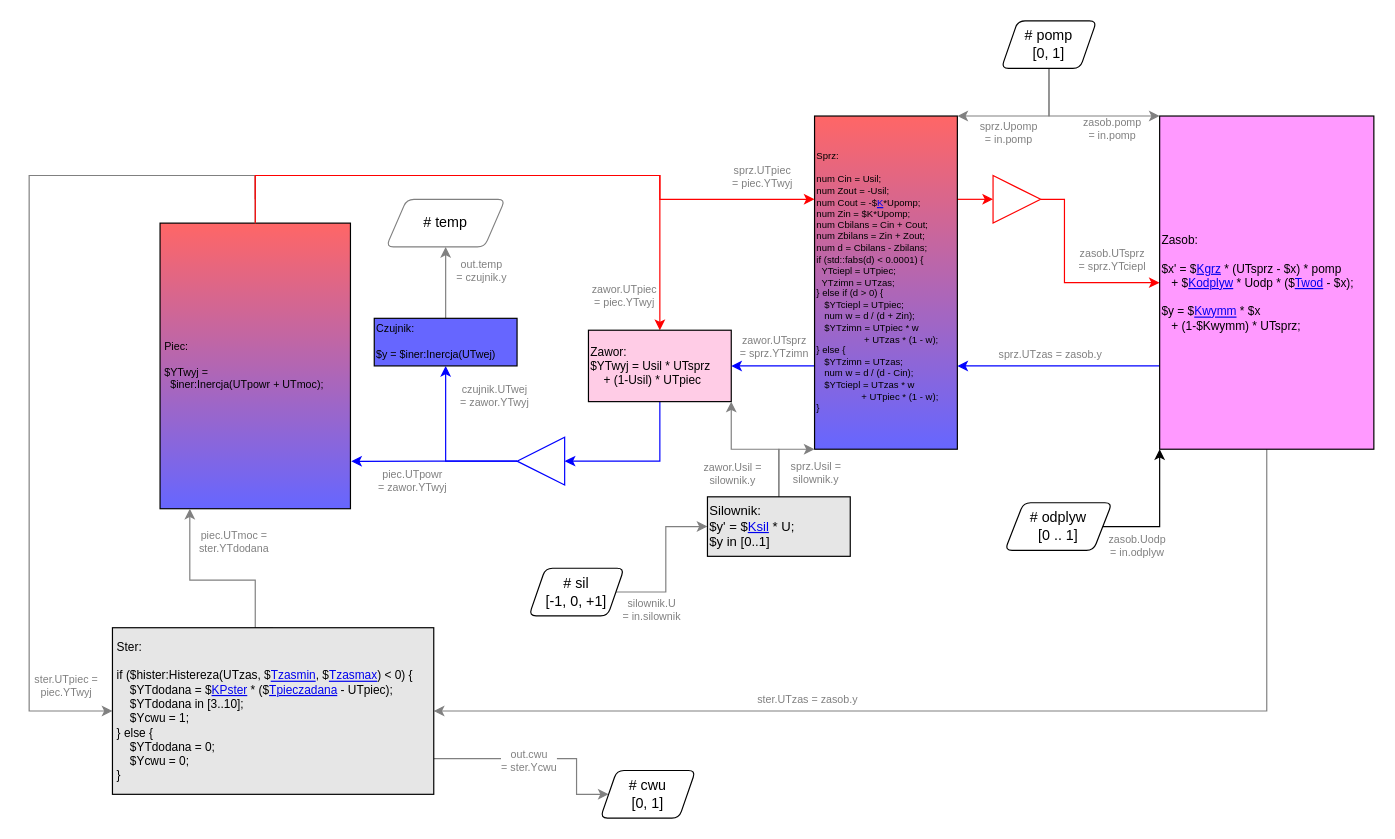
Before: doc/TestModelDiagram.drawio in kildom/deprecated, a draw.io diagram. Source tidied: cells renumbered, new cells numbered last; positions are measured from the earlier drawing's top-left corner, leaving out a move shared by most shapes. Both pictures are drawn from the tidied source at 119%, with x=0, y=0 at pixel (29, 20).
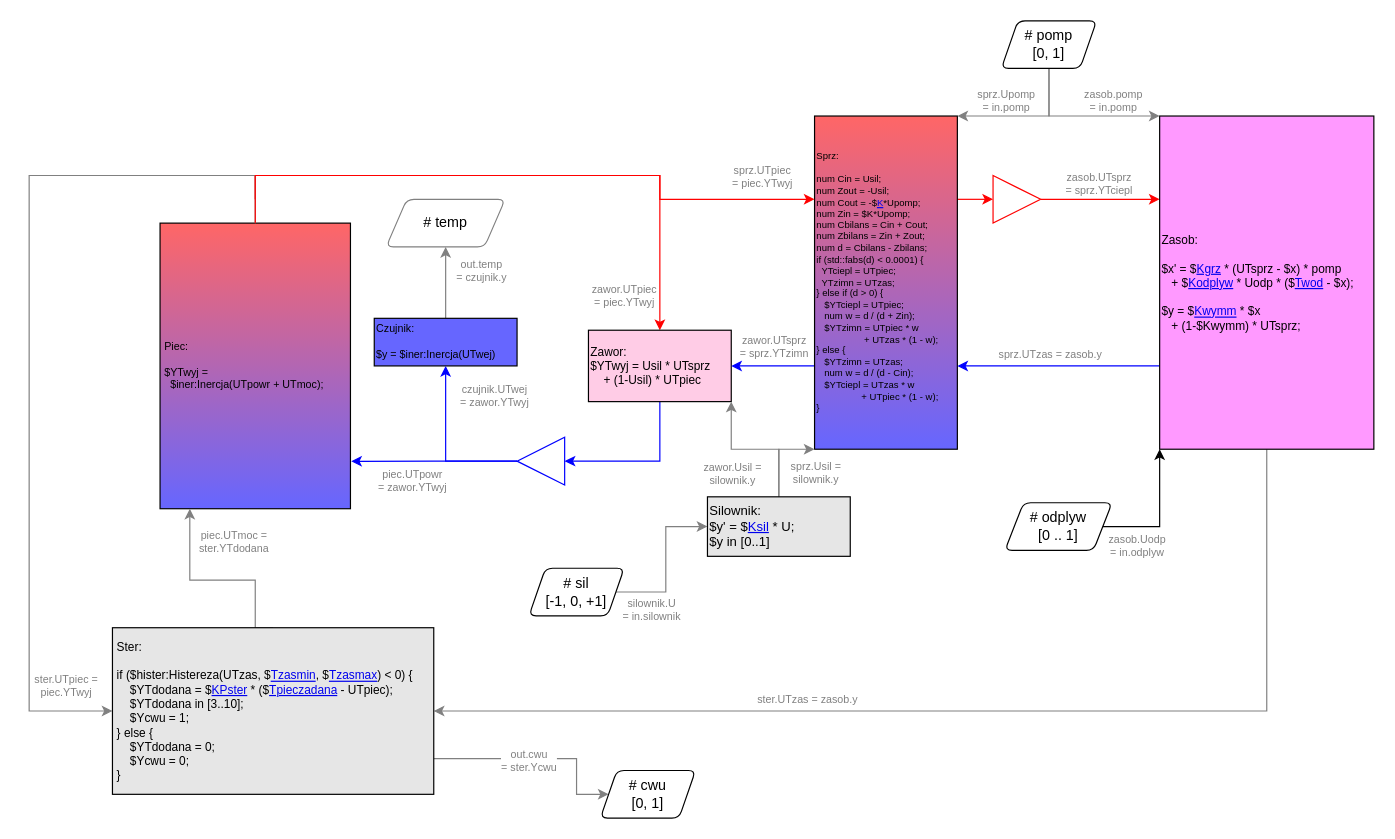
The same page after the edit.

The change refers to these unchanged cells:
```xml
<mxCell id="30" style="triangle;whiteSpace=wrap;html=1;fillColor=#ffffff;gradientColor=none;align=left;rotation=0;strokeColor=#FF0000;" parent="1" vertex="1">
  <mxGeometry x="810" y="130" width="40" height="40" as="geometry" />
</mxCell>
<mxCell id="35" value="&lt;font style=&quot;font-size: 10px&quot;&gt;&lt;span style=&quot;font-size: 10px&quot;&gt;Zasob:&lt;br style=&quot;font-size: 10px&quot;&gt;&lt;/span&gt;&lt;br style=&quot;font-size: 10px&quot;&gt;&lt;div style=&quot;font-size: 10px&quot;&gt;&lt;span style=&quot;font-size: 10px&quot;&gt;$x' = $&lt;a href=&quot;http: Wzrost temp. zasobn. na każdy stopień różnicy temp. (°C/s) / °C&quot; style=&quot;font-size: 10px&quot;&gt;Kgrz&lt;/a&gt; * (UTsprz - $x) * pomp&lt;/span&gt;&lt;/div&gt;&lt;div style=&quot;font-size: 10px&quot;&gt;&lt;span style=&quot;font-size: 10px&quot;&gt;&amp;nbsp; &amp;nbsp;+ $&lt;a href=&quot;http: Spadek temp. zasob. przy max. odpływie na każdy st. różnicy temp. (°C/s) / °C&quot; style=&quot;font-size: 10px&quot;&gt;Kodplyw&lt;/a&gt; * Uodp * ($&lt;a href=&quot;http: Temp. wody z wodociągu °C&quot; style=&quot;font-size: 10px&quot;&gt;Twod&lt;/a&gt; - $x);&lt;/span&gt;&lt;/div&gt;&lt;div style=&quot;font-size: 10px&quot;&gt;&lt;br style=&quot;font-size: 10px&quot;&gt;&lt;/div&gt;&lt;div style=&quot;font-size: 10px&quot;&gt;&lt;span style=&quot;font-size: 10px&quot;&gt;$y = $&lt;a href=&quot;http: Sprawność wymiennika w zasobniku [0..1]&quot; style=&quot;font-size: 10px&quot;&gt;Kwymm&lt;/a&gt; * $x&lt;/span&gt;&lt;br style=&quot;font-size: 10px&quot;&gt;&lt;/div&gt;&lt;div style=&quot;font-size: 10px&quot;&gt;&lt;span style=&quot;font-size: 10px&quot;&gt;&amp;nbsp; &amp;nbsp;+ (1-$Kwymm) * UTsprz;&lt;/span&gt;&lt;/div&gt;&lt;/font&gt;" style="rounded=0;whiteSpace=wrap;html=1;gradientColor=none;fillColor=#FF99FF;align=left;fontSize=10;" parent="1" vertex="1">
  <mxGeometry x="950" y="80" width="180" height="280" as="geometry" />
</mxCell>
<mxCell id="36" style="edgeStyle=orthogonalEdgeStyle;rounded=0;jettySize=auto;html=1;exitX=0.5;exitY=1;exitDx=0;exitDy=0;entryX=1;entryY=0;entryDx=0;entryDy=0;fontColor=#000000;strokeColor=#808080;" parent="1" edge="1" source="40" target="22">
  <mxGeometry relative="1" as="geometry">
    <Array as="points">
      <mxPoint x="857" y="80" />
    </Array>
  </mxGeometry>
</mxCell>
<mxCell id="38" style="edgeStyle=orthogonalEdgeStyle;rounded=0;jettySize=auto;html=1;exitX=0.5;exitY=1;exitDx=0;exitDy=0;entryX=0;entryY=0;entryDx=0;entryDy=0;fontColor=#000000;strokeColor=#808080;" parent="1" edge="1" source="40" target="35">
  <mxGeometry relative="1" as="geometry">
    <Array as="points">
      <mxPoint x="857" y="80" />
    </Array>
  </mxGeometry>
</mxCell>
```

The edit, as a diff of the source:
```diff
@@
-    <mxCell id="28" style="edgeStyle=orthogonalEdgeStyle;rounded=0;jettySize=auto;html=1;exitX=1;exitY=0.5;exitDx=0;exitDy=0;entryX=0;entryY=0.5;entryDx=0;entryDy=0;strokeColor=#FF0000;" parent="1" edge="1" source="30" target="35">
+    <mxCell id="28" style="edgeStyle=orthogonalEdgeStyle;rounded=0;jettySize=auto;html=1;exitX=1;exitY=0.5;exitDx=0;exitDy=0;entryX=0;entryY=0.25;entryDx=0;entryDy=0;strokeColor=#FF0000;" parent="1" edge="1" source="30" target="35">
       <mxGeometry relative="1" as="geometry">
         <Array as="points">
-          <mxPoint x="870" y="150" />
-          <mxPoint x="870" y="220" />
+          <mxPoint x="910" y="150" />
+          <mxPoint x="910" y="150" />
         </Array>
       </mxGeometry>
     </mxCell>
     <mxCell id="29" value="zasob.UTsprz&lt;br style=&quot;font-size: 9px;&quot;&gt;= sprz.YTciepl" style="text;html=1;align=center;verticalAlign=middle;labelBackgroundColor=none;fontSize=9;fontColor=#808080;" parent="28" vertex="1">
       <mxGeometry x="0.19" y="-4" relative="1" as="geometry">
-        <mxPoint x="28.9" y="-24" as="offset" />
+        <mxPoint x="-12" y="-18" as="offset" />
       </mxGeometry>
     </mxCell>
@@
     <mxCell id="37" value="sprz.Upomp&lt;br&gt;= in.pomp" style="text;html=1;align=center;verticalAlign=middle;fontSize=9;fontColor=#808080;" parent="36" vertex="1">
       <mxGeometry x="0.21" y="3" relative="1" as="geometry">
-        <mxPoint x="-4" y="10" as="offset" />
+        <mxPoint x="-6" y="-17" as="offset" />
       </mxGeometry>
     </mxCell>
@@
     <mxCell id="39" value="zasob.pomp&lt;br&gt;= in.pomp" style="text;html=1;align=center;verticalAlign=middle;fontSize=9;fontColor=#808080;" parent="38" vertex="1">
       <mxGeometry x="0.43" y="1" relative="1" as="geometry">
-        <mxPoint x="-2.4" y="11" as="offset" />
+        <mxPoint x="-2" y="-13" as="offset" />
       </mxGeometry>
     </mxCell>
```
